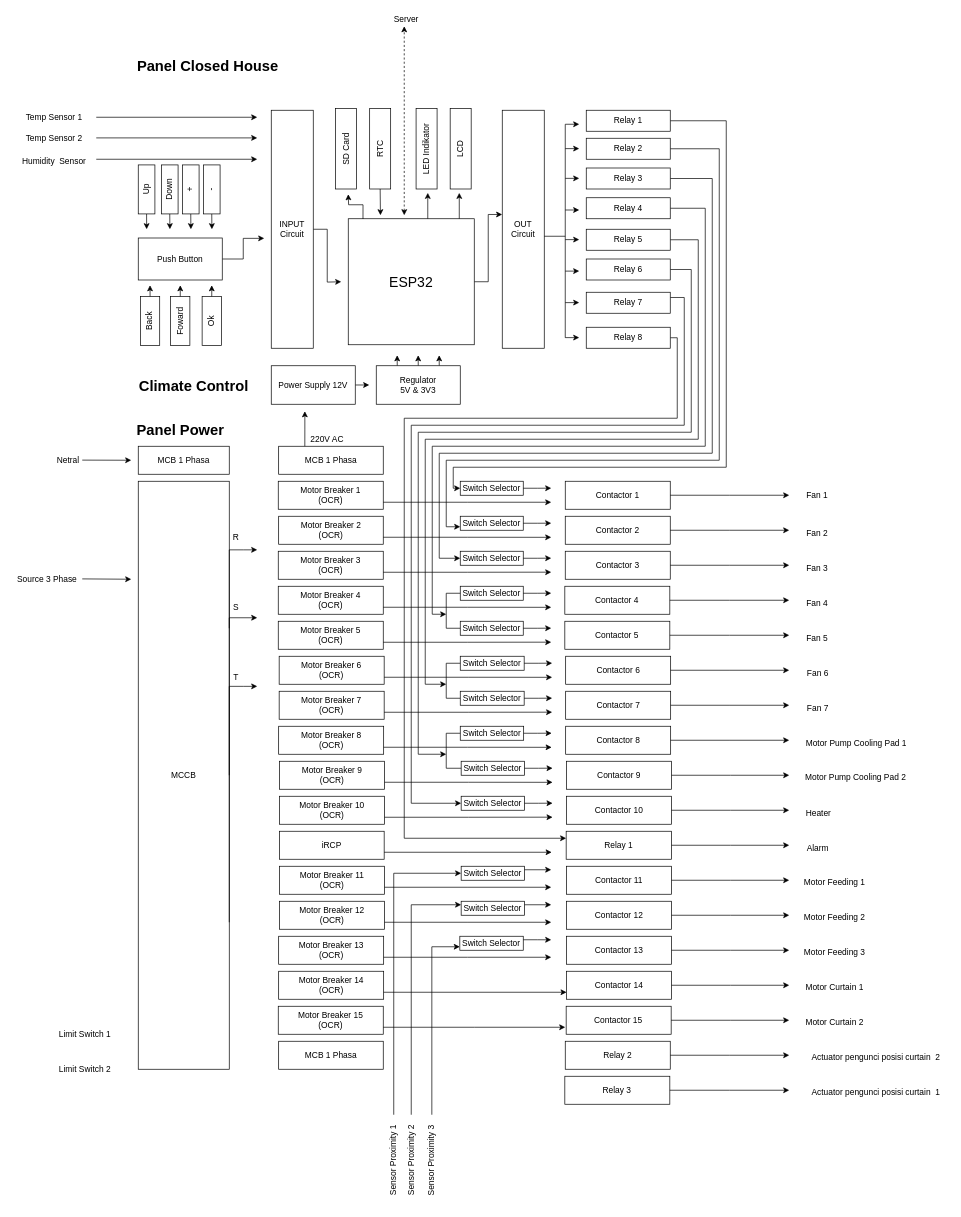
Above: Block diagram R01.drawio in aufarachman39/Flowchart-PA (draw.io), before the change. Source tidied: cells renumbered, new cells numbered last; positions are measured from the earlier drawing's top-left corner, leaving out a move shared by most shapes. Both pictures are drawn from the tidied source at 70%, with x=0, y=0 at pixel (12, 12).
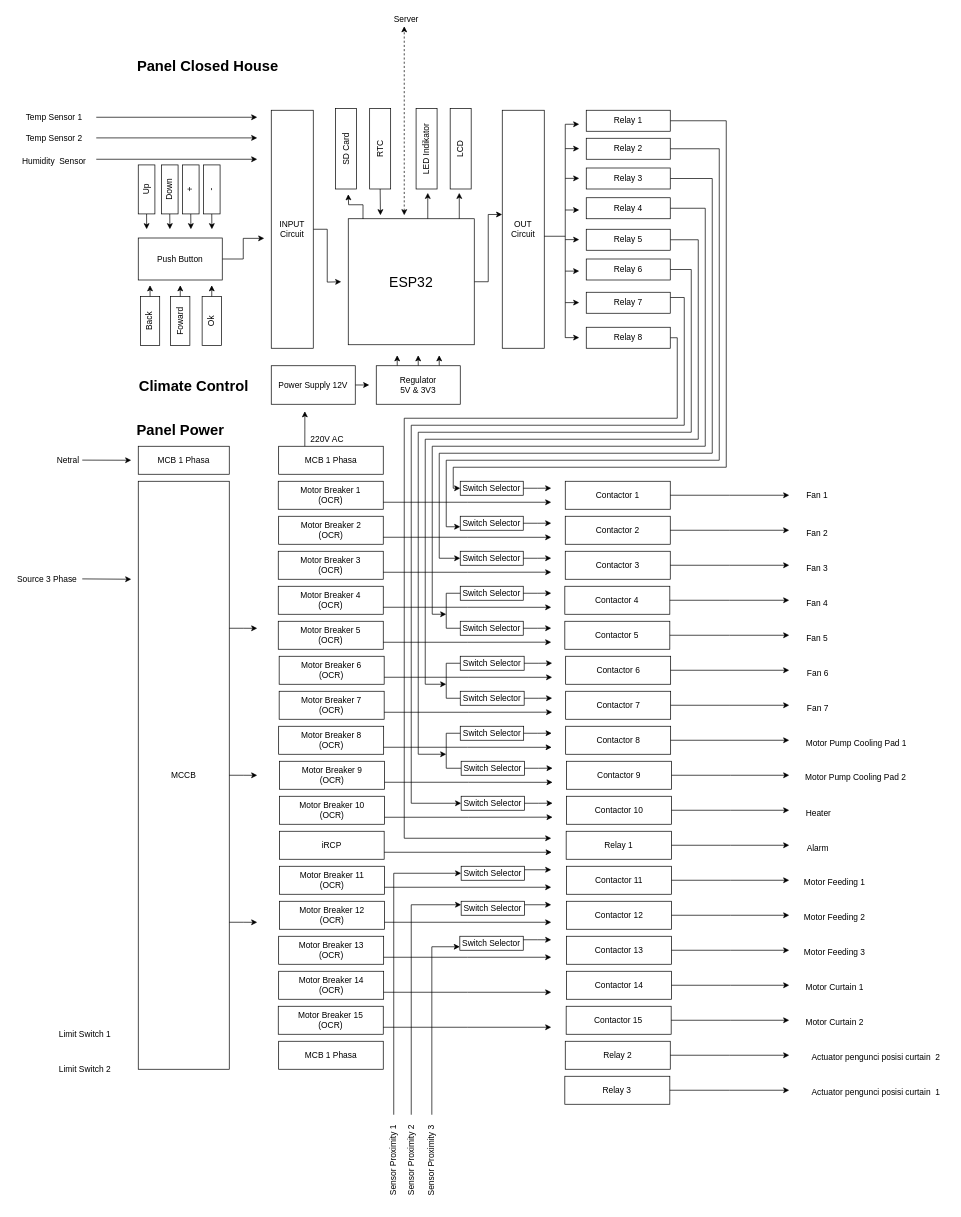
The same diagram, later.

The change refers to these unchanged cells:
```xml
<mxCell id="36" value="Relay 8" style="rounded=0;whiteSpace=wrap;html=1;" parent="1" vertex="1">
  <mxGeometry x="820" y="450" width="120" height="30" as="geometry" />
</mxCell>
<mxCell id="63" value="MCCB" style="rounded=0;whiteSpace=wrap;html=1;strokeWidth=1;fillColor=none;" parent="1" vertex="1">
  <mxGeometry x="180" y="670" width="130" height="840" as="geometry" />
</mxCell>
<mxCell id="85" value="Relay 1" style="rounded=0;whiteSpace=wrap;html=1;strokeWidth=1;fillColor=none;" parent="1" vertex="1">
  <mxGeometry x="791.3" y="1170" width="150.6" height="40" as="geometry" />
</mxCell>
<mxCell id="190" value="&lt;div&gt;Motor Breaker 14&lt;br&gt;&lt;/div&gt;&lt;div&gt;(OCR)&lt;br&gt;&lt;/div&gt;" style="rounded=0;whiteSpace=wrap;html=1;strokeWidth=1;fillColor=none;" parent="1" vertex="1">
  <mxGeometry x="380.6" y="1370" width="150" height="40" as="geometry" />
</mxCell>
<mxCell id="192" value="&lt;div&gt;Contactor 14&lt;/div&gt;" style="rounded=0;whiteSpace=wrap;html=1;strokeWidth=1;fillColor=none;" parent="1" vertex="1">
  <mxGeometry x="791.9" y="1370" width="150" height="40" as="geometry" />
</mxCell>
<mxCell id="194" value="&lt;div&gt;Motor Breaker 15&lt;br&gt;&lt;/div&gt;&lt;div&gt;(OCR)&lt;br&gt;&lt;/div&gt;" style="rounded=0;whiteSpace=wrap;html=1;strokeWidth=1;fillColor=none;" parent="1" vertex="1">
  <mxGeometry x="380" y="1420" width="150" height="40" as="geometry" />
</mxCell>
```

The edit, as a diff of the source:
```diff
@@
-    <mxCell id="35" style="edgeStyle=orthogonalEdgeStyle;rounded=0;jettySize=auto;html=1;exitX=1;exitY=0.5;exitDx=0;exitDy=0;entryX=0;entryY=0.25;entryDx=0;entryDy=0;endArrow=classic;endFill=1;" parent="1" edge="1" source="36" target="85">
+    <mxCell id="35" style="edgeStyle=orthogonalEdgeStyle;rounded=0;jettySize=auto;html=1;exitX=1;exitY=0.5;exitDx=0;exitDy=0;endArrow=classic;endFill=1;" parent="1" edge="1" source="36">
       <mxGeometry relative="1" as="geometry">
+        <mxPoint x="770" y="1180" as="targetPoint" />
         <Array as="points">
           <mxPoint x="950" y="465" />
           <mxPoint x="950" y="580" />
           <mxPoint x="560" y="580" />
           <mxPoint x="560" y="1180" />
         </Array>
       </mxGeometry>
     </mxCell>
@@
-    <mxCell id="60" style="edgeStyle=orthogonalEdgeStyle;rounded=0;jettySize=auto;html=1;exitX=1;exitY=0.75;exitDx=0;exitDy=0;" parent="1" edge="1" source="63">
-      <mxGeometry relative="1" as="geometry">
-        <mxPoint x="350" y="963" as="targetPoint" />
-        <Array as="points">
-          <mxPoint x="330" y="963" />
-          <mxPoint x="350" y="963" />
-        </Array>
-      </mxGeometry>
-    </mxCell>
-    <mxCell id="61" style="edgeStyle=orthogonalEdgeStyle;rounded=0;jettySize=auto;html=1;exitX=1;exitY=0.5;exitDx=0;exitDy=0;" parent="1" edge="1" source="63">
-      <mxGeometry relative="1" as="geometry">
-        <mxPoint x="350" y="865" as="targetPoint" />
-        <Array as="points">
-          <mxPoint x="350" y="865" />
-        </Array>
-      </mxGeometry>
-    </mxCell>
-    <mxCell id="62" style="edgeStyle=orthogonalEdgeStyle;rounded=0;jettySize=auto;html=1;exitX=1;exitY=0.25;exitDx=0;exitDy=0;" parent="1" edge="1" source="63">
-      <mxGeometry relative="1" as="geometry">
-        <mxPoint x="350" y="768" as="targetPoint" />
-        <Array as="points">
-          <mxPoint x="330" y="768" />
-          <mxPoint x="350" y="768" />
-        </Array>
-      </mxGeometry>
-    </mxCell>
+    <mxCell id="214" style="edgeStyle=orthogonalEdgeStyle;rounded=0;jettySize=auto;html=1;exitX=1;exitY=0.5;exitDx=0;exitDy=0;endArrow=classic;endFill=1;" parent="1" edge="1" source="63">
+      <mxGeometry relative="1" as="geometry">
+        <mxPoint x="350" y="1090.1" as="targetPoint" />
+      </mxGeometry>
+    </mxCell>
+    <mxCell id="215" style="edgeStyle=orthogonalEdgeStyle;rounded=0;jettySize=auto;html=1;exitX=1;exitY=0.75;exitDx=0;exitDy=0;endArrow=classic;endFill=1;" parent="1" edge="1" source="63">
+      <mxGeometry relative="1" as="geometry">
+        <mxPoint x="350" y="1300.1" as="targetPoint" />
+      </mxGeometry>
+    </mxCell>
+    <mxCell id="216" style="edgeStyle=orthogonalEdgeStyle;rounded=0;jettySize=auto;html=1;exitX=1;exitY=0.25;exitDx=0;exitDy=0;endArrow=classic;endFill=1;" parent="1" edge="1" source="63">
+      <mxGeometry relative="1" as="geometry">
+        <mxPoint x="350" y="880.1" as="targetPoint" />
+      </mxGeometry>
+    </mxCell>
@@
-    <mxCell id="64" value="R" style="text;html=1;strokeColor=none;fillColor=none;align=center;verticalAlign=middle;whiteSpace=wrap;rounded=0;" parent="1" vertex="1">
-      <mxGeometry x="300" y="740" width="40" height="20" as="geometry" />
-    </mxCell>
-    <mxCell id="65" value="S" style="text;html=1;strokeColor=none;fillColor=none;align=center;verticalAlign=middle;whiteSpace=wrap;rounded=0;" parent="1" vertex="1">
-      <mxGeometry x="300" y="840" width="40" height="20" as="geometry" />
-    </mxCell>
-    <mxCell id="66" value="T" style="text;html=1;strokeColor=none;fillColor=none;align=center;verticalAlign=middle;whiteSpace=wrap;rounded=0;" parent="1" vertex="1">
-      <mxGeometry x="300" y="940" width="40" height="20" as="geometry" />
-    </mxCell>
@@
-    <mxCell id="189" style="edgeStyle=orthogonalEdgeStyle;rounded=0;jettySize=auto;html=1;exitX=1;exitY=0.75;exitDx=0;exitDy=0;entryX=0;entryY=0.75;entryDx=0;entryDy=0;endArrow=classic;endFill=1;" parent="1" edge="1" source="190" target="192">
-      <mxGeometry relative="1" as="geometry" />
+    <mxCell id="189" style="edgeStyle=orthogonalEdgeStyle;rounded=0;jettySize=auto;html=1;exitX=1;exitY=0.75;exitDx=0;exitDy=0;endArrow=classic;endFill=1;" parent="1" edge="1" source="190">
+      <mxGeometry relative="1" as="geometry">
+        <mxPoint x="770" y="1400" as="targetPoint" />
+      </mxGeometry>
     </mxCell>
@@
     <mxCell id="193" style="edgeStyle=orthogonalEdgeStyle;rounded=0;jettySize=auto;html=1;exitX=1;exitY=0.75;exitDx=0;exitDy=0;endArrow=classic;endFill=1;" parent="1" edge="1" source="194">
       <mxGeometry relative="1" as="geometry">
-        <mxPoint x="790" y="1450" as="targetPoint" />
+        <mxPoint x="770" y="1450" as="targetPoint" />
       </mxGeometry>
     </mxCell>
```
